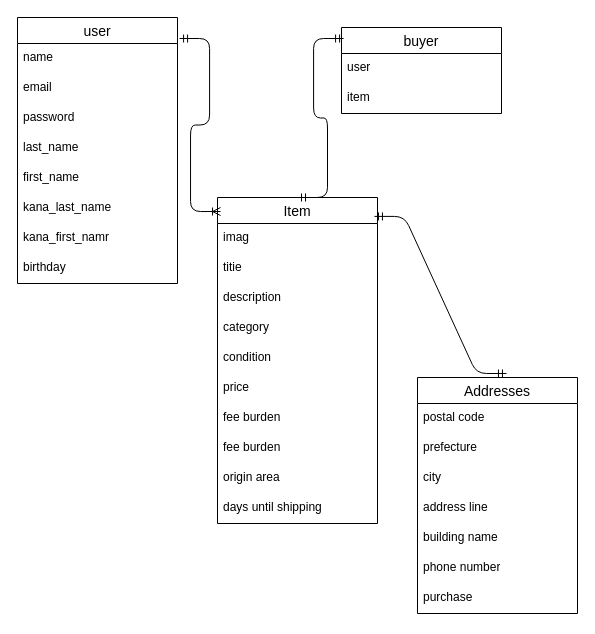
Before: test.dio in nadatecoco/furima-42115, a draw.io diagram. Source tidied: cells renumbered, new cells numbered last; positions are measured from the earlier drawing's top-left corner, leaving out a move shared by most shapes. Both pictures are drawn from the tidied source at 100%, with x=0, y=0 at pixel (17, 17).
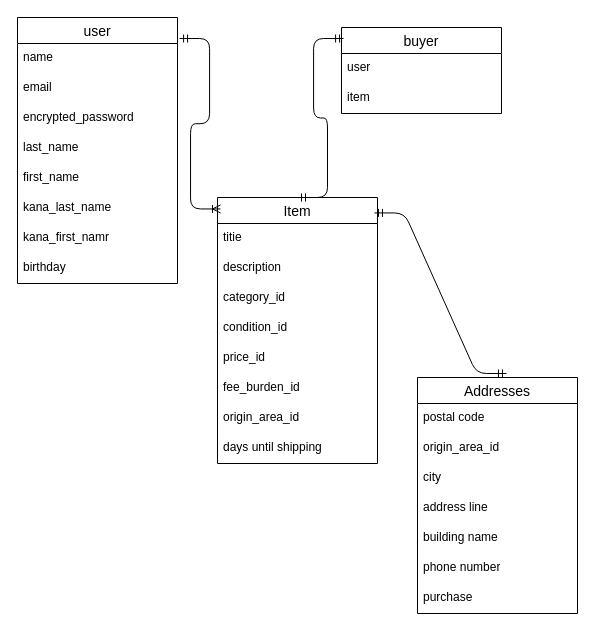
After the change.

The change refers to these unchanged cells:
```xml
<mxCell id="2" value="user" style="swimlane;fontStyle=0;horizontal=1;startSize=26;align=center;fontSize=14;" parent="1" vertex="1">
  <mxGeometry width="160" height="266" as="geometry" />
</mxCell>
<mxCell id="11" value="Addresses" style="swimlane;fontStyle=0;horizontal=1;startSize=26;align=center;fontSize=14;" parent="1" vertex="1">
  <mxGeometry x="400" y="360" width="160" height="236" as="geometry" />
</mxCell>
```

The edit, as a diff of the source:
```diff
@@
-    <mxCell id="5" value="password" style="text;strokeColor=none;fillColor=none;spacingLeft=4;spacingRight=4;overflow=hidden;fontSize=12;whiteSpace=wrap;html=1;" parent="2" vertex="1">
+    <mxCell id="5" value="encrypted_password" style="text;strokeColor=none;fillColor=none;spacingLeft=4;spacingRight=4;overflow=hidden;fontSize=12;whiteSpace=wrap;html=1;" parent="2" vertex="1">
       <mxGeometry y="86" width="160" height="30" as="geometry" />
     </mxCell>
@@
-    <mxCell id="13" value="prefecture" style="text;strokeColor=none;fillColor=none;spacingLeft=4;spacingRight=4;overflow=hidden;fontSize=12;whiteSpace=wrap;html=1;" parent="11" vertex="1">
+    <mxCell id="13" value="origin_area_id&lt;div&gt;&lt;br&gt;&lt;/div&gt;" style="text;strokeColor=none;fillColor=none;spacingLeft=4;spacingRight=4;overflow=hidden;fontSize=12;whiteSpace=wrap;html=1;" parent="11" vertex="1">
       <mxGeometry y="56" width="160" height="30" as="geometry" />
     </mxCell>
@@
     <mxCell id="22" value="Item" style="swimlane;fontStyle=0;horizontal=1;startSize=26;align=center;fontSize=14;" parent="1" vertex="1">
-      <mxGeometry x="200" y="180" width="160" height="326" as="geometry" />
+      <mxGeometry x="200" y="180" width="160" height="266" as="geometry" />
     </mxCell>
-    <mxCell id="23" value="imag" style="text;strokeColor=none;fillColor=none;spacingLeft=4;spacingRight=4;overflow=hidden;fontSize=12;whiteSpace=wrap;html=1;" parent="22" vertex="1">
-      <mxGeometry y="26" width="160" height="30" as="geometry" />
-    </mxCell>
     <mxCell id="24" value="titie&lt;div&gt;&lt;br&gt;&lt;/div&gt;" style="text;strokeColor=none;fillColor=none;spacingLeft=4;spacingRight=4;overflow=hidden;fontSize=12;whiteSpace=wrap;html=1;" parent="22" vertex="1">
-      <mxGeometry y="56" width="160" height="30" as="geometry" />
+      <mxGeometry y="26" width="160" height="30" as="geometry" />
     </mxCell>
     <mxCell id="25" value="&lt;div&gt;description&lt;/div&gt;" style="text;strokeColor=none;fillColor=none;spacingLeft=4;spacingRight=4;overflow=hidden;fontSize=12;whiteSpace=wrap;html=1;" parent="22" vertex="1">
-      <mxGeometry y="86" width="160" height="30" as="geometry" />
+      <mxGeometry y="56" width="160" height="30" as="geometry" />
     </mxCell>
-    <mxCell id="26" value="category" style="text;strokeColor=none;fillColor=none;spacingLeft=4;spacingRight=4;overflow=hidden;fontSize=12;whiteSpace=wrap;html=1;" parent="22" vertex="1">
-      <mxGeometry y="116" width="160" height="30" as="geometry" />
+    <mxCell id="26" value="category_id" style="text;strokeColor=none;fillColor=none;spacingLeft=4;spacingRight=4;overflow=hidden;fontSize=12;whiteSpace=wrap;html=1;" parent="22" vertex="1">
+      <mxGeometry y="86" width="160" height="30" as="geometry" />
     </mxCell>
-    <mxCell id="27" value="condition" style="text;strokeColor=none;fillColor=none;spacingLeft=4;spacingRight=4;overflow=hidden;fontSize=12;whiteSpace=wrap;html=1;" parent="22" vertex="1">
-      <mxGeometry y="146" width="160" height="30" as="geometry" />
+    <mxCell id="27" value="condition_id" style="text;strokeColor=none;fillColor=none;spacingLeft=4;spacingRight=4;overflow=hidden;fontSize=12;whiteSpace=wrap;html=1;" parent="22" vertex="1">
+      <mxGeometry y="116" width="160" height="30" as="geometry" />
     </mxCell>
-    <mxCell id="28" value="price&lt;div&gt;&lt;br&gt;&lt;/div&gt;" style="text;strokeColor=none;fillColor=none;spacingLeft=4;spacingRight=4;overflow=hidden;fontSize=12;whiteSpace=wrap;html=1;" parent="22" vertex="1">
-      <mxGeometry y="176" width="160" height="30" as="geometry" />
+    <mxCell id="28" value="price_id&lt;div&gt;&lt;br&gt;&lt;/div&gt;" style="text;strokeColor=none;fillColor=none;spacingLeft=4;spacingRight=4;overflow=hidden;fontSize=12;whiteSpace=wrap;html=1;" parent="22" vertex="1">
+      <mxGeometry y="146" width="160" height="30" as="geometry" />
     </mxCell>
-    <mxCell id="29" value="fee burden" style="text;strokeColor=none;fillColor=none;spacingLeft=4;spacingRight=4;overflow=hidden;fontSize=12;whiteSpace=wrap;html=1;" parent="22" vertex="1">
-      <mxGeometry y="206" width="160" height="30" as="geometry" />
+    <mxCell id="29" value="fee_burden_id" style="text;strokeColor=none;fillColor=none;spacingLeft=4;spacingRight=4;overflow=hidden;fontSize=12;whiteSpace=wrap;html=1;" parent="22" vertex="1">
+      <mxGeometry y="176" width="160" height="30" as="geometry" />
     </mxCell>
-    <mxCell id="30" value="fee burden" style="text;strokeColor=none;fillColor=none;spacingLeft=4;spacingRight=4;overflow=hidden;fontSize=12;whiteSpace=wrap;html=1;" parent="22" vertex="1">
-      <mxGeometry y="236" width="160" height="30" as="geometry" />
-    </mxCell>
-    <mxCell id="31" value="origin area" style="text;strokeColor=none;fillColor=none;spacingLeft=4;spacingRight=4;overflow=hidden;fontSize=12;whiteSpace=wrap;html=1;" parent="22" vertex="1">
-      <mxGeometry y="266" width="160" height="30" as="geometry" />
+    <mxCell id="31" value="&lt;span style=&quot;color: rgb(0, 0, 0);&quot;&gt;origin_area_id&lt;/span&gt;" style="text;strokeColor=none;fillColor=none;spacingLeft=4;spacingRight=4;overflow=hidden;fontSize=12;whiteSpace=wrap;html=1;" parent="22" vertex="1">
+      <mxGeometry y="206" width="160" height="30" as="geometry" />
     </mxCell>
     <mxCell id="32" value="days until shipping" style="text;strokeColor=none;fillColor=none;spacingLeft=4;spacingRight=4;overflow=hidden;fontSize=12;whiteSpace=wrap;html=1;" parent="22" vertex="1">
-      <mxGeometry y="296" width="160" height="30" as="geometry" />
+      <mxGeometry y="236" width="160" height="30" as="geometry" />
     </mxCell>
```
